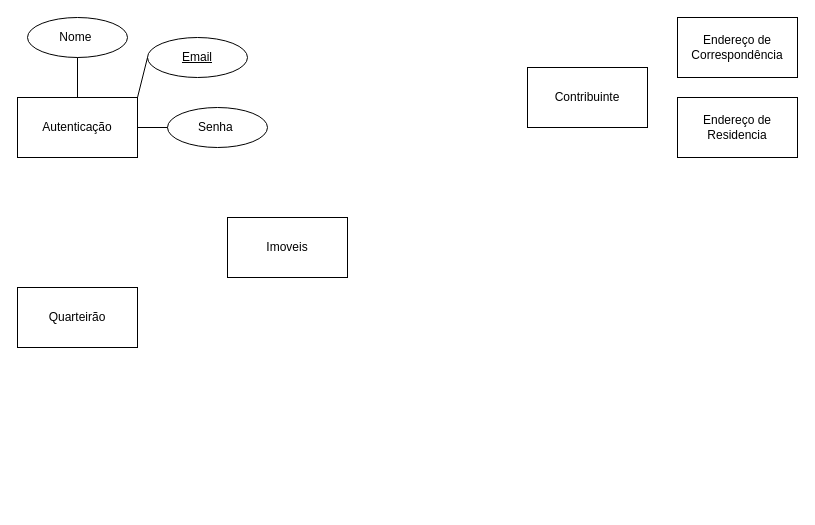
Earlier version of the draw.io diagram ER.drawio (FloraRosaPupo/App-cadastro-imobiliario). Source tidied: cells renumbered, new cells numbered last; positions are measured from the earlier drawing's top-left corner, leaving out a move shared by most shapes. Both pictures are drawn from the tidied source at 100%, with x=0, y=0 at pixel (17, 17).
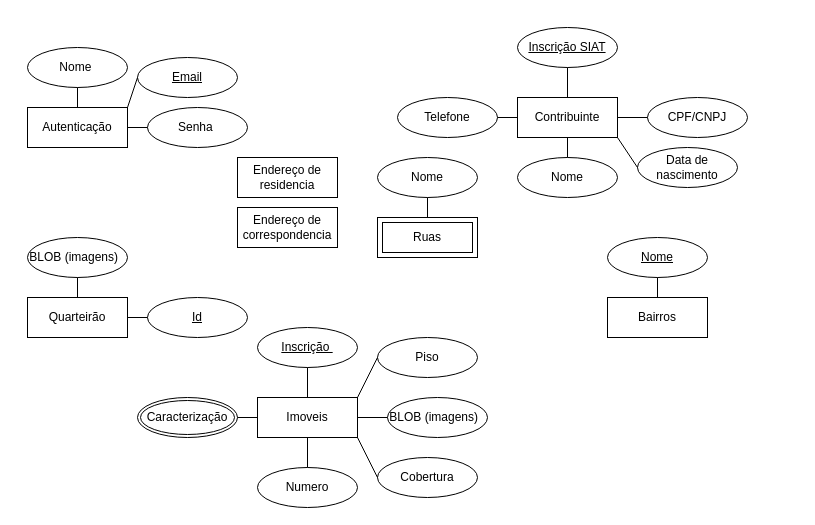
The same page after the edit.

What changed in the source:
```diff
@@
-    <mxCell id="2" value="Autenticação" style="rounded=0;whiteSpace=wrap;html=1;" parent="1" vertex="1">
-      <mxGeometry y="80" width="120" height="60" as="geometry" />
-    </mxCell>
-    <mxCell id="3" value="Contribuinte" style="rounded=0;whiteSpace=wrap;html=1;" parent="1" vertex="1">
-      <mxGeometry x="510" y="50" width="120" height="60" as="geometry" />
-    </mxCell>
-    <mxCell id="4" value="Imoveis" style="rounded=0;whiteSpace=wrap;html=1;" parent="1" vertex="1">
-      <mxGeometry x="210" y="200" width="120" height="60" as="geometry" />
-    </mxCell>
-    <mxCell id="5" value="Quarteirão" style="rounded=0;whiteSpace=wrap;html=1;" parent="1" vertex="1">
-      <mxGeometry y="270" width="120" height="60" as="geometry" />
-    </mxCell>
-    <mxCell id="6" value="Endereço de Correspondência" style="rounded=0;whiteSpace=wrap;html=1;" parent="1" vertex="1">
-      <mxGeometry x="660" width="120" height="60" as="geometry" />
-    </mxCell>
-    <mxCell id="7" value="Endereço de Residencia" style="rounded=0;whiteSpace=wrap;html=1;" parent="1" vertex="1">
-      <mxGeometry x="660" y="80" width="120" height="60" as="geometry" />
-    </mxCell>
     <mxCell id="8" value="Nome&amp;nbsp;" style="ellipse;whiteSpace=wrap;html=1;align=center;" parent="1" vertex="1">
-      <mxGeometry x="10" width="100" height="40" as="geometry" />
+      <mxGeometry x="10" y="30" width="100" height="40" as="geometry" />
     </mxCell>
     <mxCell id="9" value="Senha&amp;nbsp;" style="ellipse;whiteSpace=wrap;html=1;align=center;" parent="1" vertex="1">
-      <mxGeometry x="150" y="90" width="100" height="40" as="geometry" />
+      <mxGeometry x="130" y="90" width="100" height="40" as="geometry" />
     </mxCell>
     <mxCell id="10" value="Email" style="ellipse;whiteSpace=wrap;html=1;align=center;fontStyle=4;" parent="1" vertex="1">
-      <mxGeometry x="130" y="20" width="100" height="40" as="geometry" />
+      <mxGeometry x="120" y="40" width="100" height="40" as="geometry" />
     </mxCell>
-    <mxCell id="11" style="endArrow=none;html=1;rounded=0;exitX=0.5;exitY=1;exitDx=0;exitDy=0;" parent="1" edge="1" source="8" target="2">
+    <mxCell id="11" style="endArrow=none;html=1;rounded=0;exitX=0.5;exitY=1;exitDx=0;exitDy=0;entryX=0.5;entryY=0;entryDx=0;entryDy=0;" parent="1" edge="1" source="8" target="2">
       <mxGeometry relative="1" as="geometry" />
     </mxCell>
@@
-    <mxCell id="13" style="endArrow=none;html=1;rounded=0;exitX=1;exitY=0.5;exitDx=0;exitDy=0;entryX=0;entryY=0.5;entryDx=0;entryDy=0;" parent="1" edge="1" source="2" target="9">
+    <mxCell id="13" style="endArrow=none;html=1;rounded=0;entryX=0;entryY=0.5;entryDx=0;entryDy=0;" parent="1" edge="1" source="2" target="9">
       <mxGeometry relative="1" as="geometry" />
     </mxCell>
+    <mxCell id="14" value="BLOB (imagens)&amp;nbsp;&amp;nbsp;" style="ellipse;whiteSpace=wrap;html=1;align=center;" parent="1" vertex="1">
+      <mxGeometry x="10" y="220" width="100" height="40" as="geometry" />
+    </mxCell>
+    <mxCell id="15" style="endArrow=none;html=1;rounded=0;entryX=0.5;entryY=1;entryDx=0;entryDy=0;exitX=0.5;exitY=0;exitDx=0;exitDy=0;" parent="1" edge="1" source="5" target="14">
+      <mxGeometry relative="1" as="geometry" />
+    </mxCell>
+    <mxCell id="16" value="Id" style="ellipse;whiteSpace=wrap;html=1;align=center;fontStyle=4;" parent="1" vertex="1">
+      <mxGeometry x="130" y="280" width="100" height="40" as="geometry" />
+    </mxCell>
+    <mxCell id="17" style="endArrow=none;html=1;rounded=0;entryX=0;entryY=0.5;entryDx=0;entryDy=0;exitX=1;exitY=0.5;exitDx=0;exitDy=0;" parent="1" edge="1" source="5" target="16">
+      <mxGeometry relative="1" as="geometry" />
+    </mxCell>
+    <mxCell id="18" value="Nome" style="ellipse;whiteSpace=wrap;html=1;align=center;" parent="1" vertex="1">
+      <mxGeometry x="360" y="140" width="100" height="40" as="geometry" />
+    </mxCell>
+    <mxCell id="19" style="endArrow=none;html=1;rounded=0;entryX=0.5;entryY=1;entryDx=0;entryDy=0;exitX=0.5;exitY=0;exitDx=0;exitDy=0;" parent="1" edge="1" source="20" target="18">
+      <mxGeometry relative="1" as="geometry" />
+    </mxCell>
+    <mxCell id="20" value="Ruas" style="shape=ext;margin=3;double=1;whiteSpace=wrap;html=1;align=center;" parent="1" vertex="1">
+      <mxGeometry x="360" y="200" width="100" height="40" as="geometry" />
+    </mxCell>
+    <mxCell id="5" value="Quarteirão" style="whiteSpace=wrap;html=1;align=center;" parent="1" vertex="1">
+      <mxGeometry x="10" y="280" width="100" height="40" as="geometry" />
+    </mxCell>
+    <mxCell id="2" value="Autenticação" style="whiteSpace=wrap;html=1;align=center;" parent="1" vertex="1">
+      <mxGeometry x="10" y="90" width="100" height="40" as="geometry" />
+    </mxCell>
+    <mxCell id="4" value="Imoveis" style="whiteSpace=wrap;html=1;align=center;" parent="1" vertex="1">
+      <mxGeometry x="240" y="380" width="100" height="40" as="geometry" />
+    </mxCell>
+    <mxCell id="3" value="Contribuinte" style="whiteSpace=wrap;html=1;align=center;" parent="1" vertex="1">
+      <mxGeometry x="500" y="80" width="100" height="40" as="geometry" />
+    </mxCell>
+    <mxCell id="21" value="Endereço de correspondencia" style="whiteSpace=wrap;html=1;align=center;" parent="1" vertex="1">
+      <mxGeometry x="220" y="190" width="100" height="40" as="geometry" />
+    </mxCell>
+    <mxCell id="22" value="Endereço de residencia" style="whiteSpace=wrap;html=1;align=center;" parent="1" vertex="1">
+      <mxGeometry x="220" y="140" width="100" height="40" as="geometry" />
+    </mxCell>
+    <mxCell id="23" value="Bairros" style="whiteSpace=wrap;html=1;align=center;" parent="1" vertex="1">
+      <mxGeometry x="590" y="280" width="100" height="40" as="geometry" />
+    </mxCell>
+    <mxCell id="24" value="Nome" style="ellipse;whiteSpace=wrap;html=1;align=center;fontStyle=4;" parent="1" vertex="1">
+      <mxGeometry x="590" y="220" width="100" height="40" as="geometry" />
+    </mxCell>
+    <mxCell id="25" style="endArrow=none;html=1;rounded=0;entryX=0.5;entryY=1;entryDx=0;entryDy=0;exitX=0.5;exitY=0;exitDx=0;exitDy=0;" parent="1" edge="1" source="23" target="24">
+      <mxGeometry relative="1" as="geometry" />
+    </mxCell>
+    <mxCell id="26" value="Nome" style="ellipse;whiteSpace=wrap;html=1;align=center;" parent="1" vertex="1">
+      <mxGeometry x="500" y="140" width="100" height="40" as="geometry" />
+    </mxCell>
+    <mxCell id="27" style="endArrow=none;html=1;rounded=0;entryX=0.5;entryY=0;entryDx=0;entryDy=0;exitX=0.5;exitY=1;exitDx=0;exitDy=0;" parent="1" edge="1" source="3" target="26">
+      <mxGeometry relative="1" as="geometry" />
+    </mxCell>
+    <mxCell id="28" value="CPF/CNPJ" style="ellipse;whiteSpace=wrap;html=1;align=center;" parent="1" vertex="1">
+      <mxGeometry x="630" y="80" width="100" height="40" as="geometry" />
+    </mxCell>
+    <mxCell id="29" value="Data de nascimento" style="ellipse;whiteSpace=wrap;html=1;align=center;" parent="1" vertex="1">
+      <mxGeometry x="620" y="130" width="100" height="40" as="geometry" />
+    </mxCell>
+    <mxCell id="30" value="Telefone" style="ellipse;whiteSpace=wrap;html=1;align=center;" parent="1" vertex="1">
+      <mxGeometry x="380" y="80" width="100" height="40" as="geometry" />
+    </mxCell>
+    <mxCell id="31" style="endArrow=none;html=1;rounded=0;entryX=1;entryY=0.5;entryDx=0;entryDy=0;exitX=0;exitY=0.5;exitDx=0;exitDy=0;" parent="1" edge="1" source="3" target="30">
+      <mxGeometry relative="1" as="geometry" />
+    </mxCell>
+    <mxCell id="32" style="endArrow=none;html=1;rounded=0;exitX=0;exitY=0.5;exitDx=0;exitDy=0;" parent="1" edge="1" source="28" target="3">
+      <mxGeometry relative="1" as="geometry" />
+    </mxCell>
+    <mxCell id="33" style="endArrow=none;html=1;rounded=0;entryX=1;entryY=1;entryDx=0;entryDy=0;exitX=0;exitY=0.5;exitDx=0;exitDy=0;" parent="1" edge="1" source="29" target="3">
+      <mxGeometry relative="1" as="geometry" />
+    </mxCell>
+    <mxCell id="34" value="Inscrição SIAT" style="ellipse;whiteSpace=wrap;html=1;align=center;fontStyle=4;" parent="1" vertex="1">
+      <mxGeometry x="500" y="10" width="100" height="40" as="geometry" />
+    </mxCell>
+    <mxCell id="35" style="endArrow=none;html=1;rounded=0;entryX=0.5;entryY=1;entryDx=0;entryDy=0;exitX=0.5;exitY=0;exitDx=0;exitDy=0;" parent="1" edge="1" source="3" target="34">
+      <mxGeometry relative="1" as="geometry" />
+    </mxCell>
+    <mxCell id="36" value="Inscrição&amp;nbsp;" style="ellipse;whiteSpace=wrap;html=1;align=center;fontStyle=4;" parent="1" vertex="1">
+      <mxGeometry x="240" y="310" width="100" height="40" as="geometry" />
+    </mxCell>
+    <mxCell id="37" style="endArrow=none;html=1;rounded=0;entryX=0.5;entryY=1;entryDx=0;entryDy=0;exitX=0.5;exitY=0;exitDx=0;exitDy=0;" parent="1" edge="1" source="4" target="36">
+      <mxGeometry relative="1" as="geometry" />
+    </mxCell>
+    <mxCell id="38" value="BLOB (imagens)&amp;nbsp;&amp;nbsp;" style="ellipse;whiteSpace=wrap;html=1;align=center;" parent="1" vertex="1">
+      <mxGeometry x="370" y="380" width="100" height="40" as="geometry" />
+    </mxCell>
+    <mxCell id="39" style="endArrow=none;html=1;rounded=0;entryX=0;entryY=0.5;entryDx=0;entryDy=0;exitX=1;exitY=0.5;exitDx=0;exitDy=0;" parent="1" edge="1" source="4" target="38">
+      <mxGeometry relative="1" as="geometry" />
+    </mxCell>
+    <mxCell id="40" value="Piso" style="ellipse;whiteSpace=wrap;html=1;align=center;" parent="1" vertex="1">
+      <mxGeometry x="360" y="320" width="100" height="40" as="geometry" />
+    </mxCell>
+    <mxCell id="41" value="Cobertura" style="ellipse;whiteSpace=wrap;html=1;align=center;" parent="1" vertex="1">
+      <mxGeometry x="360" y="440" width="100" height="40" as="geometry" />
+    </mxCell>
+    <mxCell id="42" style="endArrow=none;html=1;rounded=0;entryX=0;entryY=0.5;entryDx=0;entryDy=0;exitX=1;exitY=0;exitDx=0;exitDy=0;" parent="1" edge="1" source="4" target="40">
+      <mxGeometry relative="1" as="geometry" />
+    </mxCell>
+    <mxCell id="43" style="endArrow=none;html=1;rounded=0;entryX=1;entryY=1;entryDx=0;entryDy=0;exitX=0;exitY=0.5;exitDx=0;exitDy=0;" parent="1" edge="1" source="41" target="4">
+      <mxGeometry relative="1" as="geometry" />
+    </mxCell>
+    <mxCell id="44" value="Numero" style="ellipse;whiteSpace=wrap;html=1;align=center;" parent="1" vertex="1">
+      <mxGeometry x="240" y="450" width="100" height="40" as="geometry" />
+    </mxCell>
+    <mxCell id="45" style="endArrow=none;html=1;rounded=0;entryX=0.5;entryY=1;entryDx=0;entryDy=0;exitX=0.5;exitY=0;exitDx=0;exitDy=0;" parent="1" edge="1" source="44" target="4">
+      <mxGeometry relative="1" as="geometry" />
+    </mxCell>
+    <mxCell id="46" value="Caracterização" style="ellipse;shape=doubleEllipse;margin=3;whiteSpace=wrap;html=1;align=center;" parent="1" vertex="1">
+      <mxGeometry x="120" y="380" width="100" height="40" as="geometry" />
+    </mxCell>
+    <mxCell id="47" style="endArrow=none;html=1;rounded=0;entryX=1;entryY=0.5;entryDx=0;entryDy=0;exitX=0;exitY=0.5;exitDx=0;exitDy=0;" parent="1" edge="1" source="4" target="46">
+      <mxGeometry relative="1" as="geometry" />
+    </mxCell>
```
